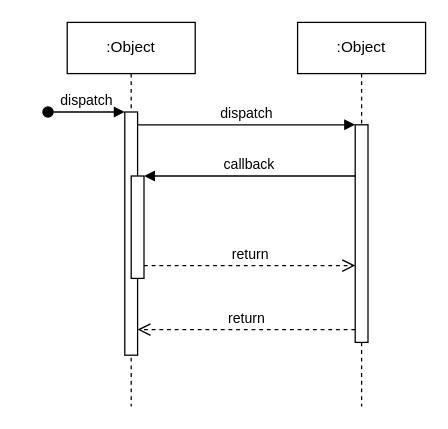
This is 物料懒加载时序图.drawio from ljx94nb/drawings, a draw.io file, before an edit. Source tidied: cells renumbered, new cells numbered last; positions are measured from the earlier drawing's top-left corner, leaving out a move shared by most shapes. Both pictures are drawn from the tidied source at 128%, with x=0, y=0 at pixel (47, 22).
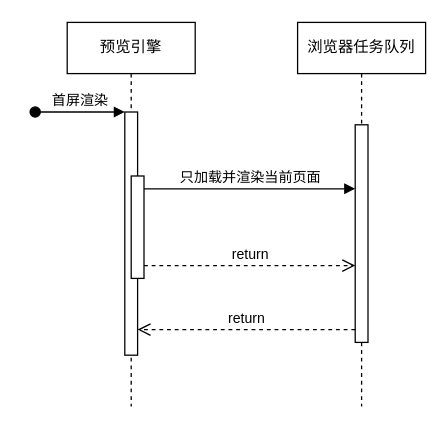
The same diagram, later.

Commit message:
更新物料懒加载时序图.drawio

The edit, as a diff of the source:
```diff
@@
 <mxGraphModel>
   <root>
     <mxCell id="0" />
     <mxCell id="1" parent="0" />
-    <mxCell id="2" value=":Object" style="shape=umlLifeline;perimeter=lifelinePerimeter;whiteSpace=wrap;html=1;newEdgeStyle={&quot;edgeStyle&quot;:&quot;elbowEdgeStyle&quot;,&quot;elbow&quot;:&quot;vertical&quot;,&quot;curved&quot;:0,&quot;rounded&quot;:0};" parent="1" vertex="1">
+    <mxCell id="2" value="预览引擎" style="shape=umlLifeline;perimeter=lifelinePerimeter;whiteSpace=wrap;html=1;newEdgeStyle={&quot;edgeStyle&quot;:&quot;elbowEdgeStyle&quot;,&quot;elbow&quot;:&quot;vertical&quot;,&quot;curved&quot;:0,&quot;rounded&quot;:0};" parent="1" vertex="1">
       <mxGeometry x="15" width="100" height="300" as="geometry" />
     </mxCell>
     <mxCell id="3" style="html=1;points=[];perimeter=orthogonalPerimeter;outlineConnect=0;targetShapes=umlLifeline;portConstraint=eastwest;newEdgeStyle={&quot;edgeStyle&quot;:&quot;elbowEdgeStyle&quot;,&quot;elbow&quot;:&quot;vertical&quot;,&quot;curved&quot;:0,&quot;rounded&quot;:0};" parent="2" vertex="1">
       <mxGeometry x="45" y="70" width="10" height="190" as="geometry" />
     </mxCell>
-    <mxCell id="4" value="dispatch" style="html=1;verticalAlign=bottom;startArrow=oval;endArrow=block;startSize=8;edgeStyle=elbowEdgeStyle;elbow=vertical;curved=0;rounded=0;" parent="2" edge="1" target="3">
+    <mxCell id="4" value="首屏渲染" style="html=1;verticalAlign=bottom;startArrow=oval;endArrow=block;startSize=8;edgeStyle=elbowEdgeStyle;elbow=vertical;curved=0;rounded=0;" parent="2" edge="1" target="3">
       <mxGeometry relative="1" as="geometry">
-        <mxPoint x="-15" y="70" as="sourcePoint" />
+        <mxPoint x="-25" y="70" as="sourcePoint" />
       </mxGeometry>
     </mxCell>
     <mxCell id="5" style="html=1;points=[];perimeter=orthogonalPerimeter;outlineConnect=0;targetShapes=umlLifeline;portConstraint=eastwest;newEdgeStyle={&quot;edgeStyle&quot;:&quot;elbowEdgeStyle&quot;,&quot;elbow&quot;:&quot;vertical&quot;,&quot;curved&quot;:0,&quot;rounded&quot;:0};" parent="2" vertex="1">
       <mxGeometry x="50" y="120" width="10" height="80" as="geometry" />
     </mxCell>
-    <mxCell id="6" value=":Object" style="shape=umlLifeline;perimeter=lifelinePerimeter;whiteSpace=wrap;html=1;newEdgeStyle={&quot;edgeStyle&quot;:&quot;elbowEdgeStyle&quot;,&quot;elbow&quot;:&quot;vertical&quot;,&quot;curved&quot;:0,&quot;rounded&quot;:0};" parent="1" vertex="1">
+    <mxCell id="6" value="浏览器任务队列" style="shape=umlLifeline;perimeter=lifelinePerimeter;whiteSpace=wrap;html=1;newEdgeStyle={&quot;edgeStyle&quot;:&quot;elbowEdgeStyle&quot;,&quot;elbow&quot;:&quot;vertical&quot;,&quot;curved&quot;:0,&quot;rounded&quot;:0};" parent="1" vertex="1">
       <mxGeometry x="195" width="100" height="300" as="geometry" />
     </mxCell>
     <mxCell id="7" style="html=1;points=[];perimeter=orthogonalPerimeter;outlineConnect=0;targetShapes=umlLifeline;portConstraint=eastwest;newEdgeStyle={&quot;edgeStyle&quot;:&quot;elbowEdgeStyle&quot;,&quot;elbow&quot;:&quot;vertical&quot;,&quot;curved&quot;:0,&quot;rounded&quot;:0};" parent="6" vertex="1">
       <mxGeometry x="45" y="80" width="10" height="170" as="geometry" />
     </mxCell>
-    <mxCell id="8" value="dispatch" style="html=1;verticalAlign=bottom;endArrow=block;edgeStyle=elbowEdgeStyle;elbow=vertical;curved=0;rounded=0;" parent="1" edge="1" source="3" target="7">
-      <mxGeometry relative="1" as="geometry">
+    <mxCell id="8" value="只加载并渲染当前页面" style="html=1;verticalAlign=bottom;endArrow=block;edgeStyle=elbowEdgeStyle;elbow=vertical;curved=0;rounded=0;" parent="1" edge="1" source="5">
+      <mxGeometry x="0.01" relative="1" as="geometry">
+        <mxPoint x="240" y="130" as="targetPoint" />
         <Array as="points">
+          <mxPoint x="200" y="130" />
           <mxPoint x="155" y="80" />
         </Array>
       </mxGeometry>
     </mxCell>
     <mxCell id="9" value="return" style="html=1;verticalAlign=bottom;endArrow=open;dashed=1;endSize=8;edgeStyle=elbowEdgeStyle;elbow=vertical;curved=0;rounded=0;" parent="1" edge="1" source="7" target="3">
       <mxGeometry relative="1" as="geometry">
         <Array as="points">
           <mxPoint x="165" y="240" />
         </Array>
       </mxGeometry>
     </mxCell>
-    <mxCell id="10" value="callback" style="html=1;verticalAlign=bottom;endArrow=block;edgeStyle=elbowEdgeStyle;elbow=vertical;curved=0;rounded=0;" parent="1" edge="1" source="7" target="5">
-      <mxGeometry relative="1" as="geometry">
-        <Array as="points">
-          <mxPoint x="165" y="120" />
-        </Array>
-      </mxGeometry>
-    </mxCell>
     <mxCell id="11" value="return" style="html=1;verticalAlign=bottom;endArrow=open;dashed=1;endSize=8;edgeStyle=elbowEdgeStyle;elbow=vertical;curved=0;rounded=0;" parent="1" edge="1" source="5" target="7">
       <mxGeometry relative="1" as="geometry">
         <Array as="points">
           <mxPoint x="155" y="190" />
         </Array>
       </mxGeometry>
     </mxCell>
   </root>
 </mxGraphModel>
```
